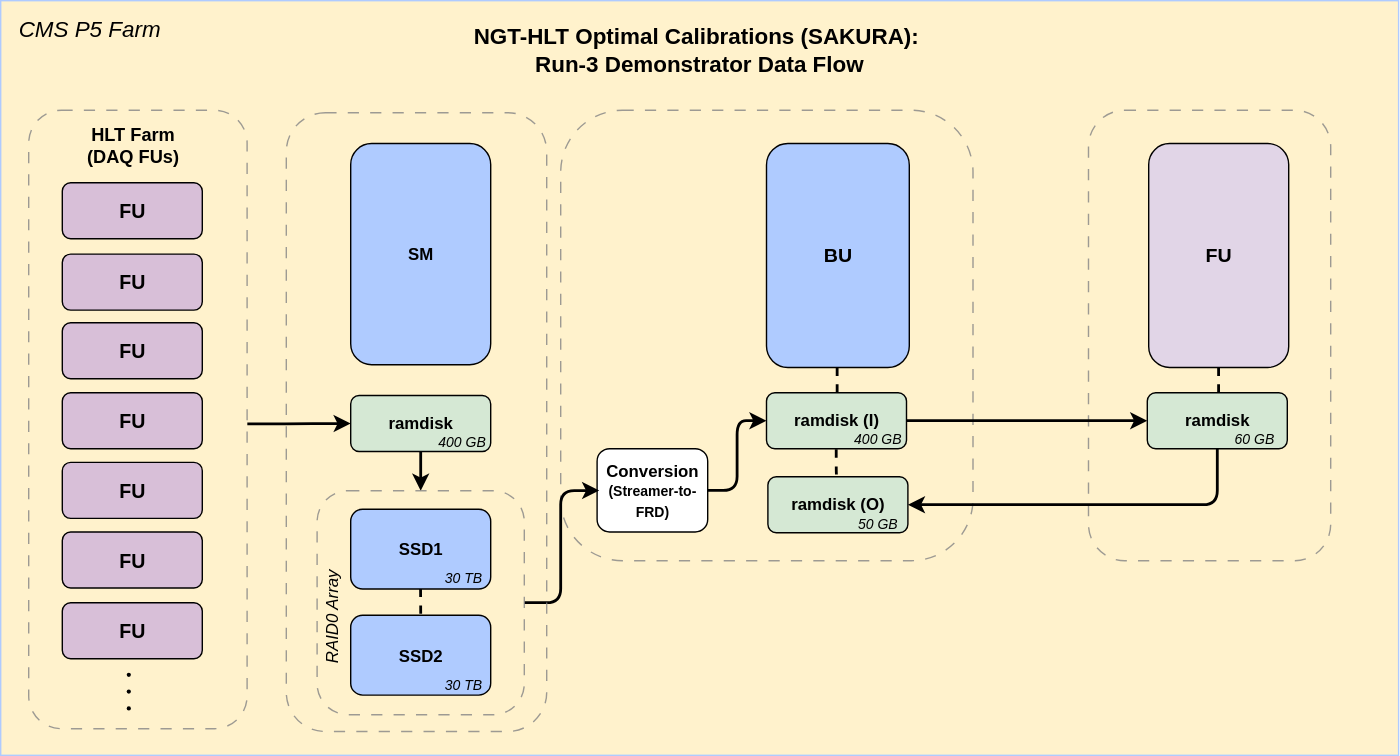
The draw.io diagram images/NGT_OptimalCalibrations-SAKURA_HLTTestStand-Demonstrator_Workflow-DataFlowSSDs.svg in cms-ngt-hlt/sakura, before a commit. Source tidied: cells renumbered, new cells last; positions are measured from the earlier drawing's top-left corner, leaving out a move shared by most shapes.
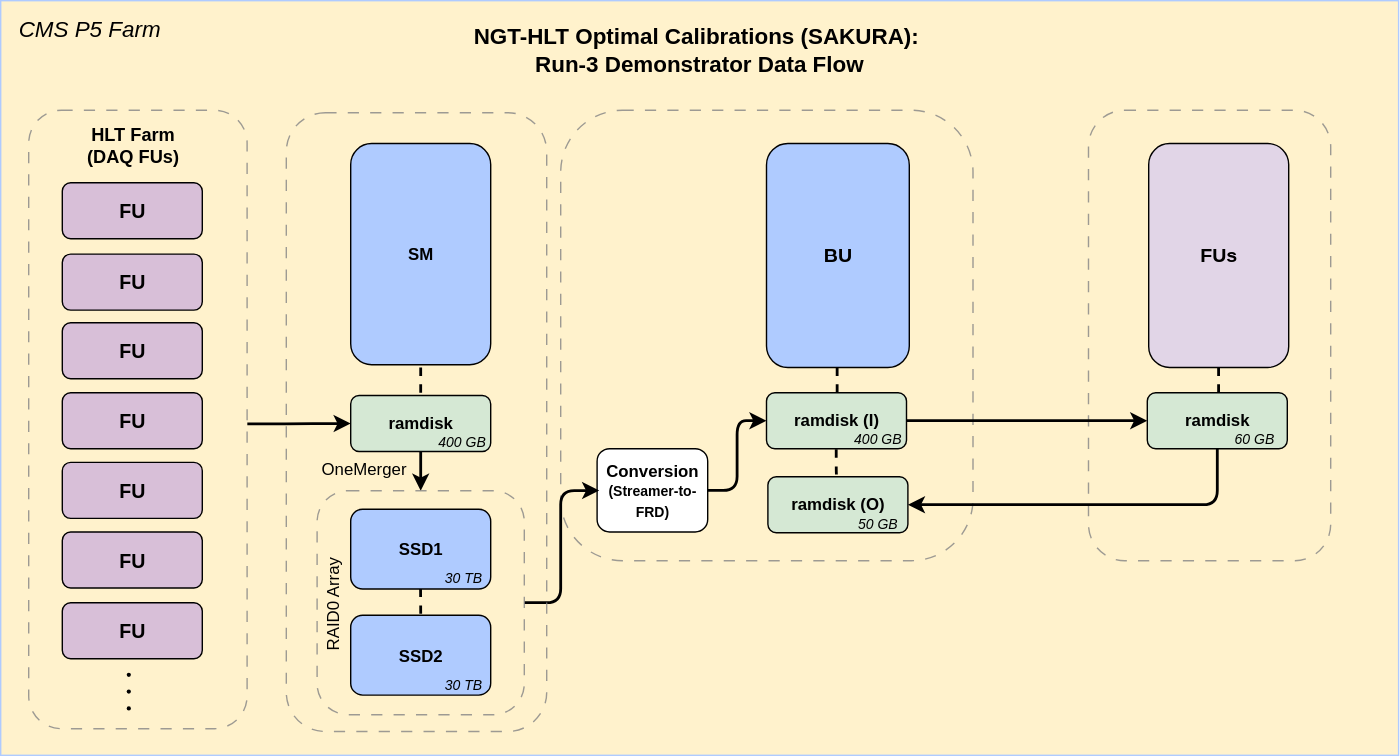
The same file after the commit.

Commit message:
Update to latest NGT demonstrator schematics

Change to the diagram source:
```diff
@@ -57,7 +57,7 @@
     <mxCell id="17" style="edgeStyle=orthogonalEdgeStyle;rounded=1;jettySize=auto;html=1;strokeColor=default;strokeWidth=2;curved=0;endArrow=classic;endFill=1;spacingTop=0;entryX=0;entryY=0.5;entryDx=0;entryDy=0;exitX=1;exitY=0.5;exitDx=0;exitDy=0;" parent="2" edge="1" source="15" target="45">
       <mxGeometry relative="1" as="geometry" />
     </mxCell>
-    <mxCell id="18" value="&lt;div&gt;&lt;b style=&quot;font-size: 14px; background-color: transparent; color: light-dark(rgb(0, 0, 0), rgb(255, 255, 255));&quot;&gt;FU&lt;/b&gt;&lt;/div&gt;" style="rounded=1;whiteSpace=wrap;html=1;rotation=0;fillColor=#e1d5e7;strokeColor=#000000;" parent="2" vertex="1">
+    <mxCell id="18" value="&lt;div&gt;&lt;b style=&quot;font-size: 14px; background-color: transparent; color: light-dark(rgb(0, 0, 0), rgb(255, 255, 255));&quot;&gt;FUs&lt;/b&gt;&lt;/div&gt;" style="rounded=1;whiteSpace=wrap;html=1;rotation=0;fillColor=#e1d5e7;strokeColor=#000000;" parent="2" vertex="1">
       <mxGeometry x="820" y="102" width="100" height="160" as="geometry" />
     </mxCell>
     <mxCell id="19" style="edgeStyle=orthogonalEdgeStyle;rounded=1;jettySize=auto;html=1;strokeColor=default;strokeWidth=2;curved=0;endArrow=classic;endFill=1;spacingTop=0;exitX=0.5;exitY=1;exitDx=0;exitDy=0;entryX=1;entryY=0.5;entryDx=0;entryDy=0;" parent="2" edge="1" source="6" target="47">
@@ -120,8 +120,8 @@
     <mxCell id="36" style="rounded=1;whiteSpace=wrap;html=1;fillColor=none;dashed=1;dashPattern=8 8;opacity=80;strokeColor=#858585;" parent="2" vertex="1">
       <mxGeometry x="226" y="350" width="148" height="160" as="geometry" />
     </mxCell>
-    <mxCell id="37" value="&lt;i&gt;&lt;font style=&quot;font-size: 12px;&quot;&gt;RAID0 Array&lt;/font&gt;&lt;/i&gt;" style="text;html=1;align=center;verticalAlign=middle;strokeColor=none;fillColor=none;fontSize=16;rotation=-90;" parent="2" vertex="1">
-      <mxGeometry x="190" y="425.2" width="90" height="30" as="geometry" />
+    <mxCell id="37" value="&lt;font style=&quot;font-size: 12px;&quot;&gt;RAID0 Array&lt;/font&gt;" style="text;html=1;align=center;verticalAlign=middle;strokeColor=none;fillColor=none;fontSize=16;rotation=-90;" parent="2" vertex="1">
+      <mxGeometry x="191" y="416.2" width="90" height="30" as="geometry" />
     </mxCell>
     <mxCell id="38" style="edgeStyle=orthogonalEdgeStyle;rounded=1;jettySize=auto;html=1;strokeColor=default;strokeWidth=2;curved=0;endArrow=none;endFill=1;spacingTop=0;exitX=0.499;exitY=0.993;exitDx=0;exitDy=0;exitPerimeter=0;entryX=0.5;entryY=0;entryDx=0;entryDy=0;startArrow=none;startFill=0;dashed=1;" parent="2" edge="1" source="41" target="39">
       <mxGeometry relative="1" as="geometry">
@@ -171,5 +171,14 @@
     <mxCell id="49" value="&lt;i&gt;&lt;font style=&quot;font-size: 10px;&quot;&gt;60 GB&lt;/font&gt;&lt;/i&gt;" style="text;html=1;align=center;verticalAlign=middle;strokeColor=none;fillColor=none;fontSize=16;rotation=0;" parent="2" vertex="1">
       <mxGeometry x="869.5" y="295.5" width="50" height="30" as="geometry" />
     </mxCell>
+    <mxCell id="50" value="&lt;font style=&quot;font-size: 12px;&quot;&gt;OneMerger&lt;/font&gt;" style="text;html=1;align=center;verticalAlign=middle;strokeColor=none;fillColor=none;fontSize=16;rotation=0;" parent="2" vertex="1">
+      <mxGeometry x="219" y="318" width="80" height="30" as="geometry" />
+    </mxCell>
+    <mxCell id="51" style="edgeStyle=orthogonalEdgeStyle;rounded=1;orthogonalLoop=1;jettySize=auto;html=1;strokeColor=default;strokeWidth=2;curved=0;endArrow=none;endFill=1;spacingTop=0;exitX=0.5;exitY=1;exitDx=0;exitDy=0;startArrow=none;startFill=0;dashed=1;entryX=0.5;entryY=0;entryDx=0;entryDy=0;" parent="1" edge="1">
+      <mxGeometry relative="1" as="geometry">
+        <mxPoint x="300" y="262" as="sourcePoint" />
+        <mxPoint x="300" y="284" as="targetPoint" />
+      </mxGeometry>
+    </mxCell>
   </root>
 </mxGraphModel>
```
